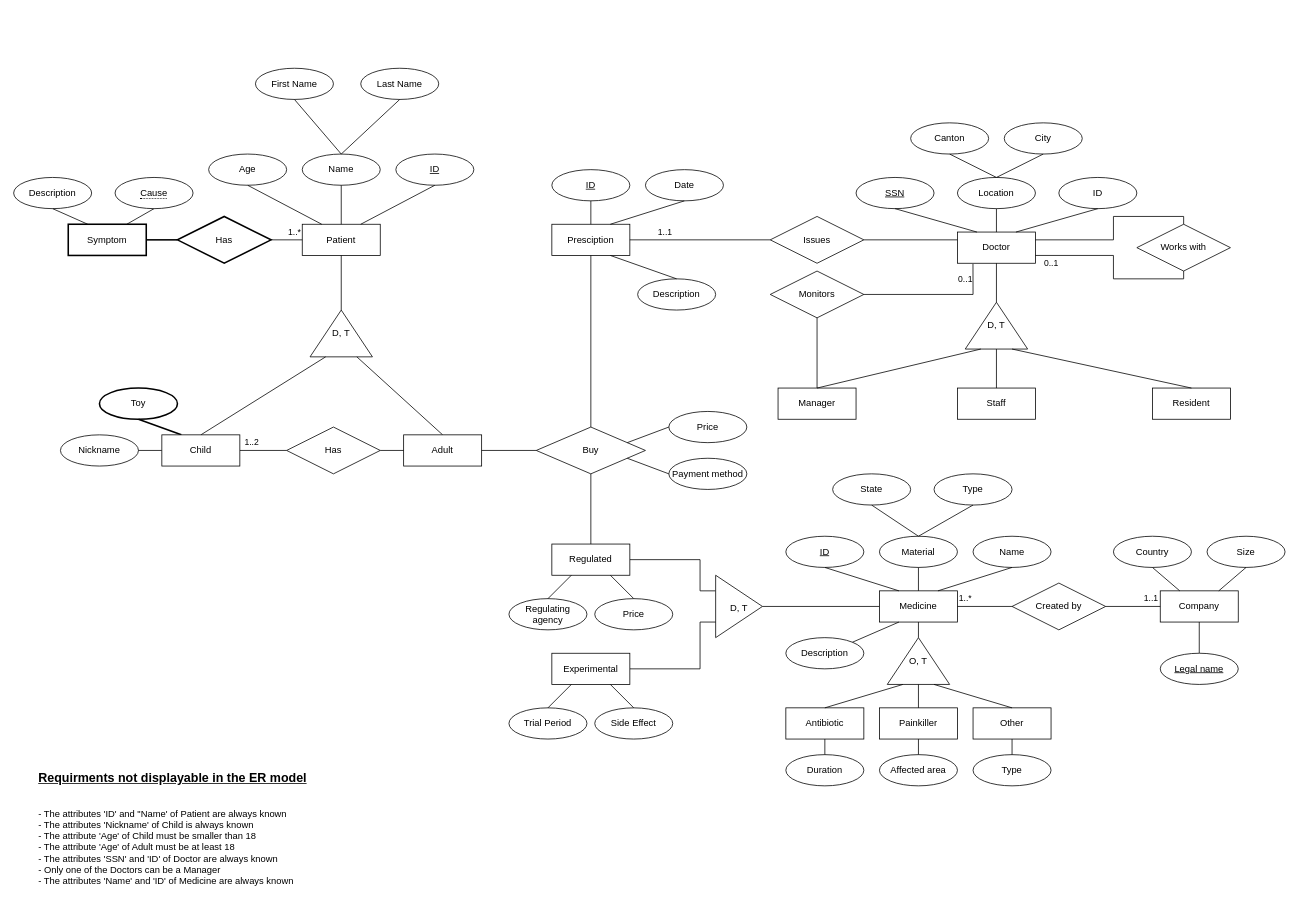
Earlier version of the draw.io diagram Untitled Diagram.drawio (karma-riuk/DM_Assignments). Source tidied: cells renumbered, new cells numbered last; positions are measured from the earlier drawing's top-left corner, leaving out a move shared by most shapes. Both pictures are drawn from the tidied source at 78%, with x=0, y=0 at pixel (13, 68).
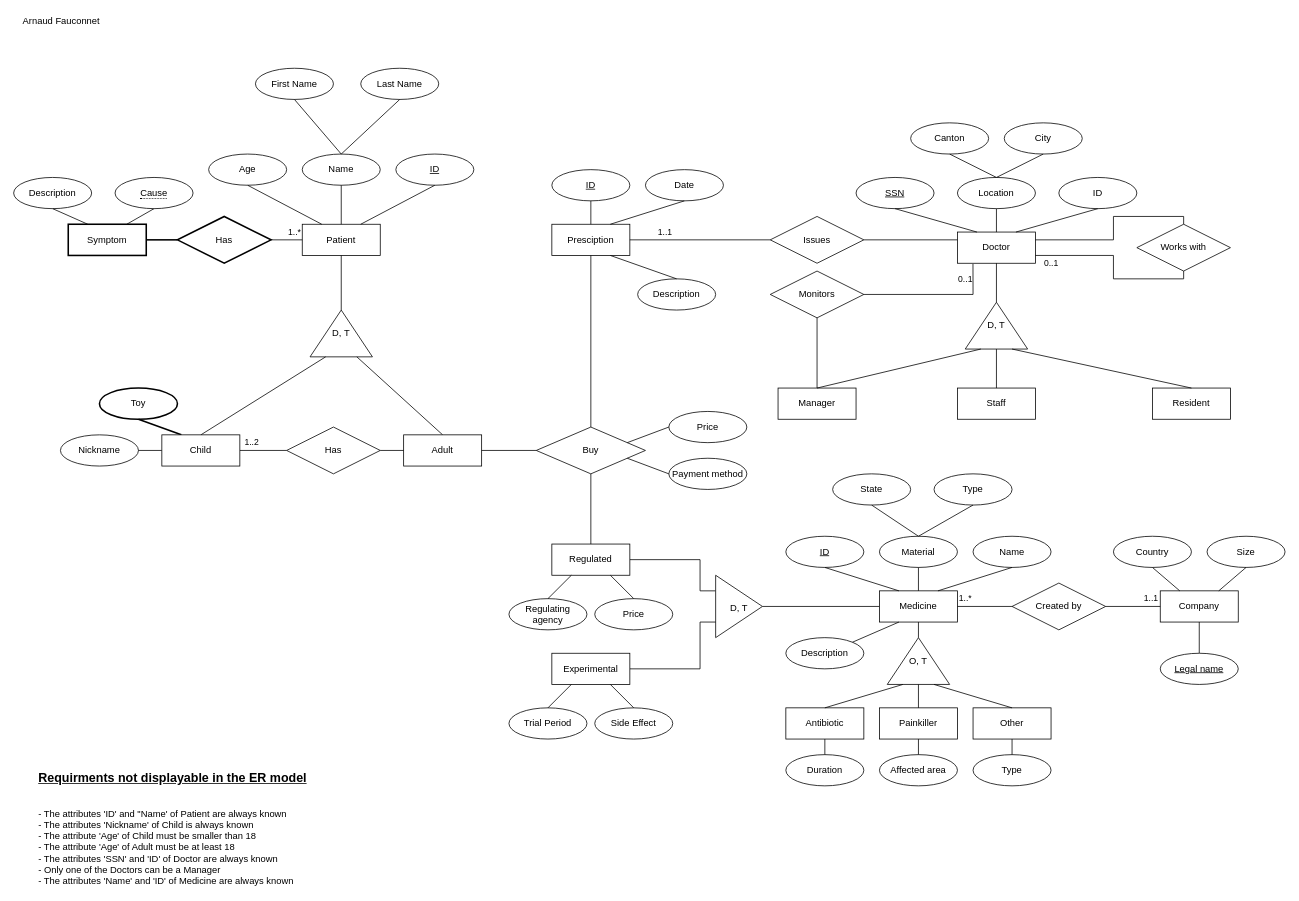
The same diagram, later.

Commit message:
Added name in the top left

The edit, as a diff of the source:
```diff
@@
+    <mxCell id="136" value="Arnaud Fauconnet" style="text;html=1;align=left;verticalAlign=middle;fillColor=none;strokeColor=none;rounded=0;" parent="1" vertex="1">
+      <mxGeometry x="10" y="-70" width="110" height="20" as="geometry" />
+    </mxCell>
```
